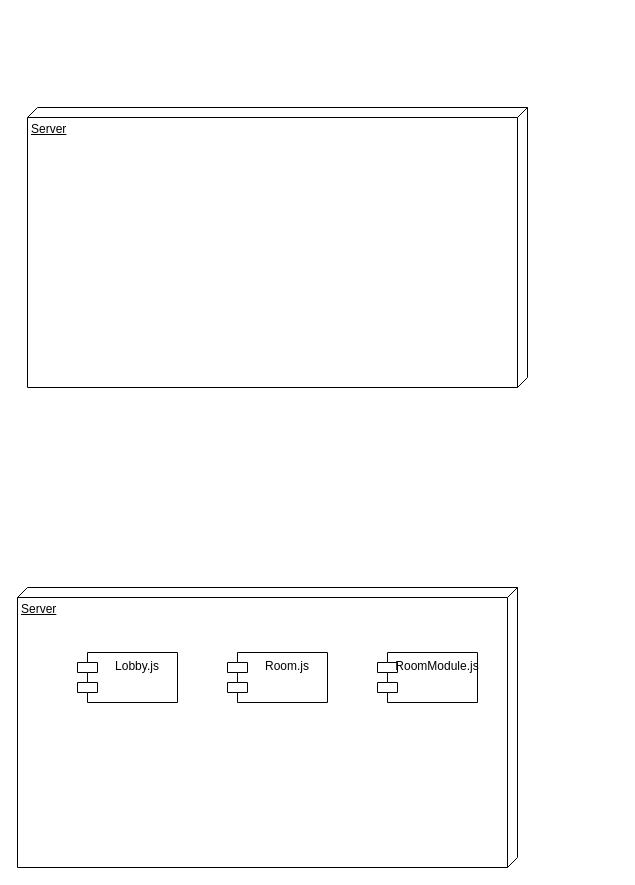
The draw.io diagram Untitled Diagram.drawio in doremi31618/Assets, before the edit. Source tidied: cells renumbered, new cells numbered last; positions are measured from the earlier drawing's top-left corner, leaving out a move shared by most shapes. Both pictures are drawn from the tidied source at 100%, with x=0, y=0 at pixel (17, 107).
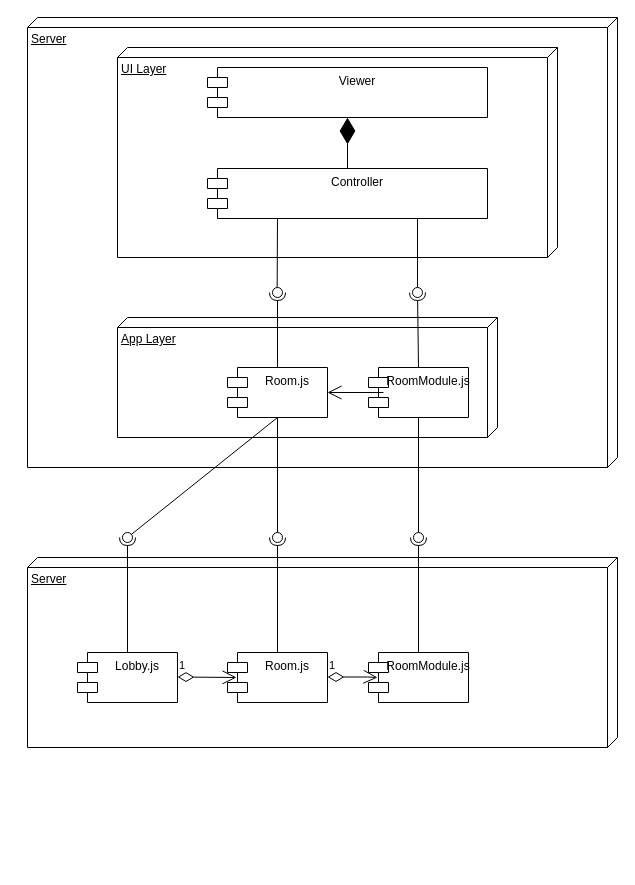
The same diagram, later.

Unchanged cells that the change refers to:
```xml
<mxCell id="3" value="Lobby.js" style="shape=module;align=left;spacingLeft=20;align=center;verticalAlign=top;" parent="1" vertex="1">
  <mxGeometry x="60" y="545" width="100" height="50" as="geometry" />
</mxCell>
<mxCell id="5" value="Room.js&#10;" style="shape=module;align=left;spacingLeft=20;align=center;verticalAlign=top;" parent="1" vertex="1">
  <mxGeometry x="210" y="545" width="100" height="50" as="geometry" />
</mxCell>
```

What changed in the source:
```diff
@@
     <mxCell id="2" value="Server&lt;br&gt;" style="verticalAlign=top;align=left;spacingTop=8;spacingLeft=2;spacingRight=12;shape=cube;size=10;direction=south;fontStyle=4;html=1;" parent="1" vertex="1">
-      <mxGeometry y="480" width="500" height="280" as="geometry" />
+      <mxGeometry x="10" y="450" width="590" height="190" as="geometry" />
     </mxCell>
@@
     <mxCell id="4" value="RoomModule.js" style="shape=module;align=left;spacingLeft=20;align=center;verticalAlign=top;" parent="1" vertex="1">
-      <mxGeometry x="360" y="545" width="100" height="50" as="geometry" />
+      <mxGeometry x="351" y="545" width="100" height="50" as="geometry" />
     </mxCell>
@@
     <mxCell id="6" value="Server&lt;br&gt;" style="verticalAlign=top;align=left;spacingTop=8;spacingLeft=2;spacingRight=12;shape=cube;size=10;direction=south;fontStyle=4;html=1;" parent="1" vertex="1">
-      <mxGeometry x="10" width="500" height="280" as="geometry" />
+      <mxGeometry x="10" y="-90" width="590" height="450" as="geometry" />
     </mxCell>
+    <mxCell id="7" value="UI Layer" style="verticalAlign=top;align=left;spacingTop=8;spacingLeft=2;spacingRight=12;shape=cube;size=10;direction=south;fontStyle=4;html=1;" parent="1" vertex="1">
+      <mxGeometry x="100" y="-60" width="440" height="210" as="geometry" />
+    </mxCell>
+    <mxCell id="8" value="App Layer" style="verticalAlign=top;align=left;spacingTop=8;spacingLeft=2;spacingRight=12;shape=cube;size=10;direction=south;fontStyle=4;html=1;" parent="1" vertex="1">
+      <mxGeometry x="100" y="210" width="380" height="120" as="geometry" />
+    </mxCell>
+    <mxCell id="9" value="Room.js&#10;" style="shape=module;align=left;spacingLeft=20;align=center;verticalAlign=top;" parent="1" vertex="1">
+      <mxGeometry x="210" y="260" width="100" height="50" as="geometry" />
+    </mxCell>
+    <mxCell id="10" value="RoomModule.js" style="shape=module;align=left;spacingLeft=20;align=center;verticalAlign=top;" parent="1" vertex="1">
+      <mxGeometry x="351" y="260" width="100" height="50" as="geometry" />
+    </mxCell>
+    <mxCell id="11" style="rounded=0;jettySize=auto;html=1;endArrow=none;endFill=0;sketch=0;sourcePerimeterSpacing=0;targetPerimeterSpacing=0;exitX=0.25;exitY=1;exitDx=0;exitDy=0;" parent="1" edge="1" source="14" target="13">
+      <mxGeometry relative="1" as="geometry" />
+    </mxCell>
+    <mxCell id="12" style="rounded=0;jettySize=auto;html=1;endArrow=halfCircle;endFill=0;entryX=0.5;entryY=0.5;endSize=6;strokeWidth=1;sketch=0;exitX=0.5;exitY=0;exitDx=0;exitDy=0;" parent="1" edge="1" source="9" target="13">
+      <mxGeometry relative="1" as="geometry" />
+    </mxCell>
+    <mxCell id="13" style="ellipse;whiteSpace=wrap;html=1;align=center;points=[];outlineConnect=0;sketch=0;" parent="1" vertex="1">
+      <mxGeometry x="255" y="180" width="10" height="10" as="geometry" />
+    </mxCell>
+    <mxCell id="14" value="Controller" style="shape=module;align=left;spacingLeft=20;align=center;verticalAlign=top;" parent="1" vertex="1">
+      <mxGeometry x="190" y="61" width="280" height="50" as="geometry" />
+    </mxCell>
+    <mxCell id="15" style="endArrow=open;endFill=1;endSize=12;html=1;rounded=0;exitX=0.15;exitY=0.5;exitDx=0;exitDy=0;exitPerimeter=0;entryX=1;entryY=0.5;entryDx=0;entryDy=0;" parent="1" edge="1" source="10" target="9">
+      <mxGeometry relative="1" as="geometry" />
+    </mxCell>
+    <mxCell id="16" style="rounded=0;jettySize=auto;html=1;endArrow=none;endFill=0;sketch=0;sourcePerimeterSpacing=0;targetPerimeterSpacing=0;exitX=0.75;exitY=1;exitDx=0;exitDy=0;" parent="1" edge="1" source="14" target="18">
+      <mxGeometry relative="1" as="geometry" />
+    </mxCell>
+    <mxCell id="17" style="rounded=0;jettySize=auto;html=1;endArrow=halfCircle;endFill=0;entryX=0.5;entryY=0.5;endSize=6;strokeWidth=1;sketch=0;exitX=0.5;exitY=0;exitDx=0;exitDy=0;" parent="1" edge="1" source="10" target="18">
+      <mxGeometry relative="1" as="geometry" />
+    </mxCell>
+    <mxCell id="18" style="ellipse;whiteSpace=wrap;html=1;align=center;points=[];outlineConnect=0;sketch=0;" parent="1" vertex="1">
+      <mxGeometry x="395" y="180" width="10" height="10" as="geometry" />
+    </mxCell>
+    <mxCell id="19" value="Viewer" style="shape=module;align=left;spacingLeft=20;align=center;verticalAlign=top;" parent="1" vertex="1">
+      <mxGeometry x="190" y="-40" width="280" height="50" as="geometry" />
+    </mxCell>
+    <mxCell id="20" style="endArrow=diamondThin;endFill=1;endSize=24;html=1;rounded=0;entryX=0.5;entryY=1;entryDx=0;entryDy=0;" parent="1" edge="1" source="14" target="19">
+      <mxGeometry relative="1" as="geometry" />
+    </mxCell>
+    <mxCell id="21" style="rounded=0;jettySize=auto;html=1;endArrow=none;endFill=0;sketch=0;sourcePerimeterSpacing=0;targetPerimeterSpacing=0;exitX=0.5;exitY=1;exitDx=0;exitDy=0;" parent="1" edge="1" source="9" target="23">
+      <mxGeometry relative="1" as="geometry" />
+    </mxCell>
+    <mxCell id="22" style="rounded=0;jettySize=auto;html=1;endArrow=halfCircle;endFill=0;entryX=0.5;entryY=0.5;endSize=6;strokeWidth=1;sketch=0;exitX=0.5;exitY=0;exitDx=0;exitDy=0;" parent="1" edge="1" source="3" target="23">
+      <mxGeometry relative="1" as="geometry" />
+    </mxCell>
+    <mxCell id="23" style="ellipse;whiteSpace=wrap;html=1;align=center;points=[];outlineConnect=0;sketch=0;" parent="1" vertex="1">
+      <mxGeometry x="105" y="425" width="10" height="10" as="geometry" />
+    </mxCell>
+    <mxCell id="24" style="rounded=0;jettySize=auto;html=1;endArrow=none;endFill=0;sketch=0;sourcePerimeterSpacing=0;targetPerimeterSpacing=0;" parent="1" edge="1" target="26">
+      <mxGeometry relative="1" as="geometry">
+        <mxPoint x="260" y="310" as="sourcePoint" />
+      </mxGeometry>
+    </mxCell>
+    <mxCell id="25" style="rounded=0;jettySize=auto;html=1;endArrow=halfCircle;endFill=0;entryX=0.5;entryY=0.5;endSize=6;strokeWidth=1;sketch=0;exitX=0.5;exitY=0;exitDx=0;exitDy=0;" parent="1" edge="1" source="5" target="26">
+      <mxGeometry relative="1" as="geometry" />
+    </mxCell>
+    <mxCell id="26" style="ellipse;whiteSpace=wrap;html=1;align=center;points=[];outlineConnect=0;sketch=0;" parent="1" vertex="1">
+      <mxGeometry x="255" y="425" width="10" height="10" as="geometry" />
+    </mxCell>
+    <mxCell id="27" style="rounded=0;jettySize=auto;html=1;endArrow=none;endFill=0;sketch=0;sourcePerimeterSpacing=0;targetPerimeterSpacing=0;exitX=0.5;exitY=1;exitDx=0;exitDy=0;" parent="1" edge="1" source="10" target="29">
+      <mxGeometry relative="1" as="geometry" />
+    </mxCell>
+    <mxCell id="28" style="rounded=0;jettySize=auto;html=1;endArrow=halfCircle;endFill=0;entryX=0.5;entryY=0.5;endSize=6;strokeWidth=1;sketch=0;exitX=0.5;exitY=0;exitDx=0;exitDy=0;" parent="1" edge="1" source="4" target="29">
+      <mxGeometry relative="1" as="geometry" />
+    </mxCell>
+    <mxCell id="29" style="ellipse;whiteSpace=wrap;html=1;align=center;points=[];outlineConnect=0;sketch=0;" parent="1" vertex="1">
+      <mxGeometry x="396" y="425" width="10" height="10" as="geometry" />
+    </mxCell>
+    <mxCell id="30" value="1" style="endArrow=open;html=1;endSize=12;startArrow=diamondThin;startSize=14;startFill=0;edgeStyle=orthogonalEdgeStyle;align=left;verticalAlign=bottom;rounded=0;" parent="1" edge="1">
+      <mxGeometry x="-1" y="3" relative="1" as="geometry">
+        <mxPoint x="310" y="569.5" as="sourcePoint" />
+        <mxPoint x="360" y="570" as="targetPoint" />
+        <Array as="points">
+          <mxPoint x="350" y="570" />
+          <mxPoint x="350" y="570" />
+        </Array>
+      </mxGeometry>
+    </mxCell>
+    <mxCell id="31" value="1" style="endArrow=open;html=1;endSize=12;startArrow=diamondThin;startSize=14;startFill=0;edgeStyle=orthogonalEdgeStyle;align=left;verticalAlign=bottom;rounded=0;entryX=0.09;entryY=0.5;entryDx=0;entryDy=0;entryPerimeter=0;" parent="1" edge="1" target="5">
+      <mxGeometry x="-1" y="3" relative="1" as="geometry">
+        <mxPoint x="160" y="569.5" as="sourcePoint" />
+      </mxGeometry>
+    </mxCell>
```
